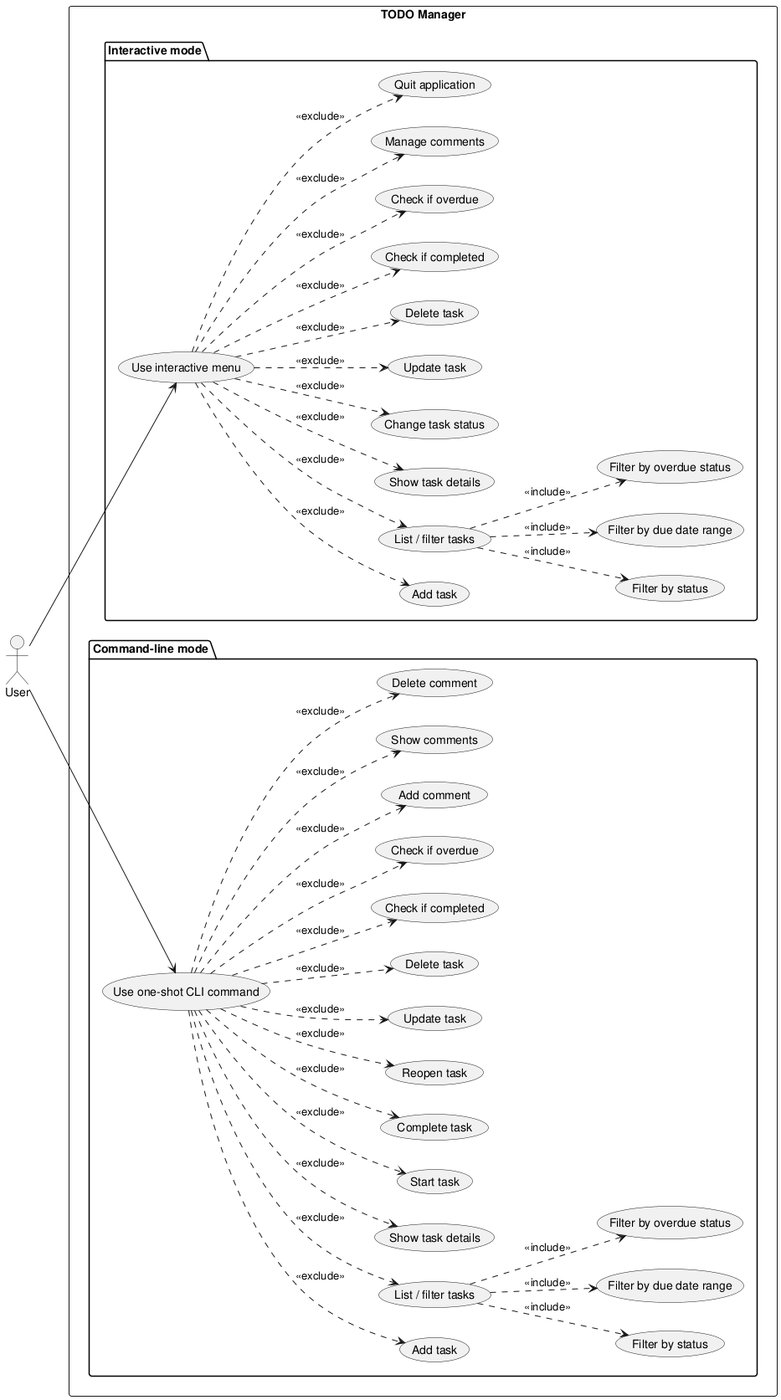
DanielRiha8906/Software_autoevolution_using_agents keeps this PlantUML diagram as experiments/pipeline/structured_text/TODO/artifacts/use_case_diagram.png. Above is the earlier version.
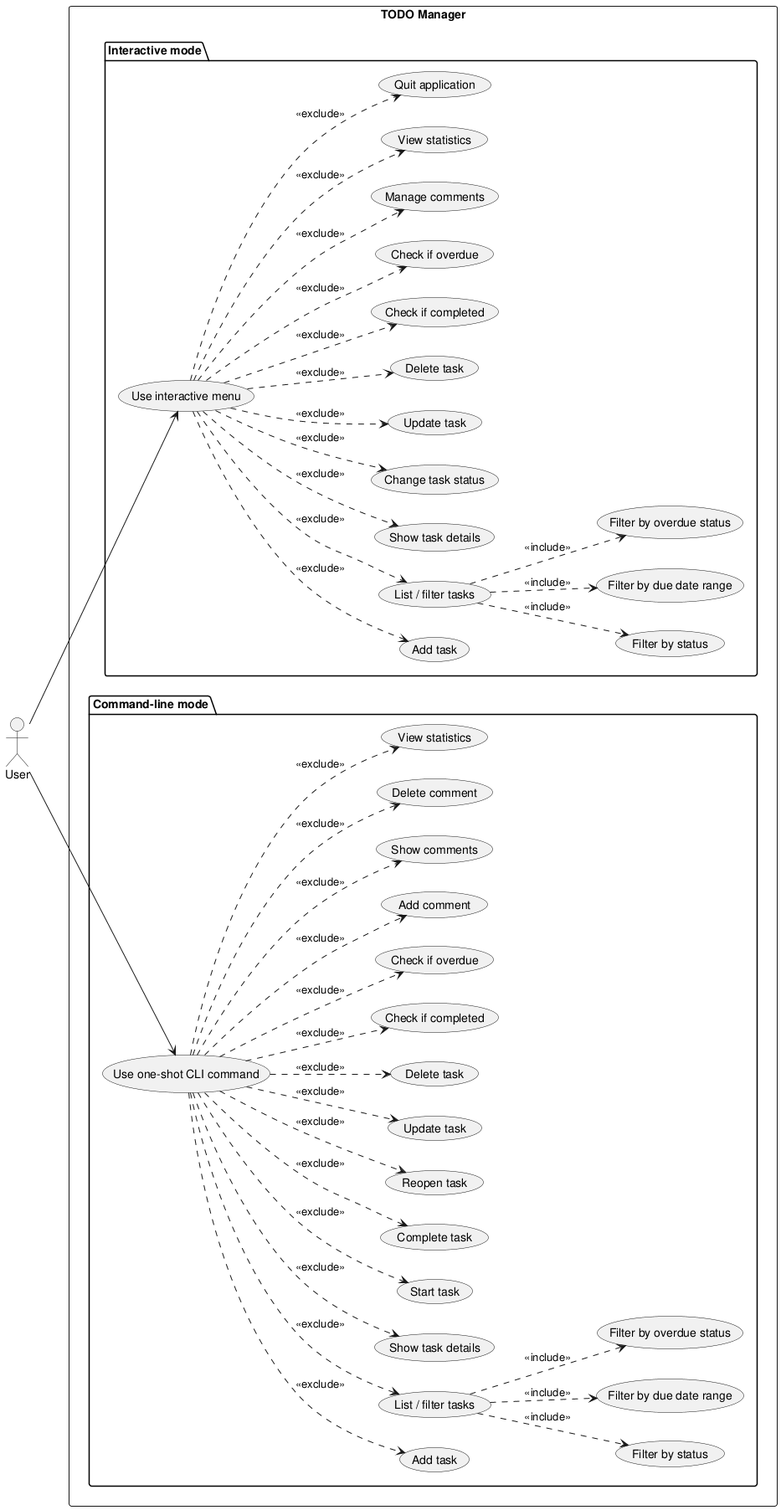
After the commit.

The edit, as a diff of the source:
```diff
@@ -20,6 +20,7 @@
     usecase "Check if completed" as I_COMPLETED
     usecase "Check if overdue" as I_OVERDUE
     usecase "Manage comments" as I_COMMENTS
+    usecase "View statistics" as I_STATS
     usecase "Quit application" as I_QUIT
   }
 
@@ -41,6 +42,7 @@
     usecase "Add comment" as C_ADD_COMMENT
     usecase "Show comments" as C_SHOW_COMMENTS
     usecase "Delete comment" as C_DELETE_COMMENT
+    usecase "View statistics" as C_STATS
   }
 }
 
@@ -59,6 +61,7 @@
 UI ..> I_COMPLETED : <<exclude>>
 UI ..> I_OVERDUE   : <<exclude>>
 UI ..> I_COMMENTS  : <<exclude>>
+UI ..> I_STATS     : <<exclude>>
 UI ..> I_QUIT      : <<exclude>>
 
 CLI ..> C_ADD            : <<exclude>>
@@ -77,5 +80,6 @@
 CLI ..> C_ADD_COMMENT    : <<exclude>>
 CLI ..> C_SHOW_COMMENTS  : <<exclude>>
 CLI ..> C_DELETE_COMMENT : <<exclude>>
+CLI ..> C_STATS          : <<exclude>>
 
 @enduml
```
